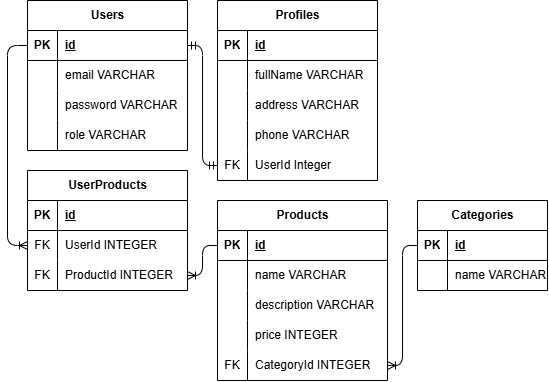
The draw.io diagram erd.drawio.png in iqbalmudzakky/E-Commerce-App-Buyer-Seller-System-, before a commit. Source tidied: cells renumbered, new cells last; positions are measured from the earlier drawing's top-left corner, leaving out a move shared by most shapes.
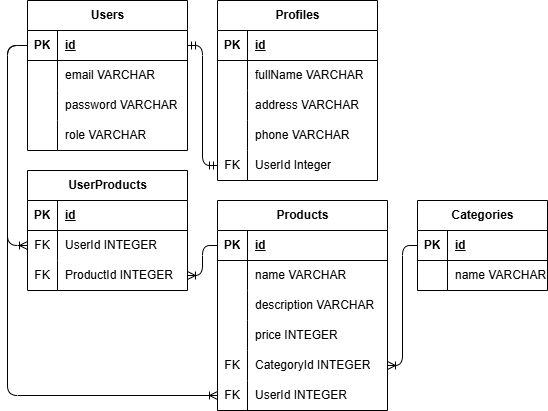
After the commit.

What changed in the source:
```diff
@@ -93,7 +93,7 @@
       <mxGeometry relative="1" as="geometry" />
     </mxCell>
     <mxCell id="32" value="Products" style="shape=table;startSize=30;rowLines=0;fontStyle=1;align=center;html=1;" parent="1" vertex="1">
-      <mxGeometry x="210" y="200" width="170" height="180" as="geometry" />
+      <mxGeometry x="210" y="200" width="170" height="210" as="geometry" />
     </mxCell>
     <mxCell id="33" style="shape=tableRow;horizontal=0;startSize=0;swimlaneHead=0;swimlaneBody=0;fillColor=none;points=[[0,0.5],[1,0.5]];portConstraint=eastwest;top=0;left=0;right=0;bottom=1;" parent="32" vertex="1">
       <mxGeometry y="30" width="170" height="30" as="geometry" />
@@ -140,6 +140,15 @@
     <mxCell id="47" value="CategoryId INTEGER" style="shape=partialRectangle;fillColor=none;top=0;left=0;bottom=0;right=0;align=left;spacingLeft=6;overflow=hidden;whiteSpace=wrap;html=1;" parent="45" vertex="1">
       <mxGeometry x="30" width="140" height="30" as="geometry" />
     </mxCell>
+    <mxCell id="68" style="shape=tableRow;horizontal=0;startSize=0;swimlaneHead=0;swimlaneBody=0;fillColor=none;points=[[0,0.5],[1,0.5]];portConstraint=eastwest;top=0;left=0;right=0;bottom=0;" parent="32" vertex="1">
+      <mxGeometry y="180" width="170" height="30" as="geometry" />
+    </mxCell>
+    <mxCell id="69" value="FK" style="shape=partialRectangle;fillColor=none;top=0;left=0;bottom=0;right=0;overflow=hidden;whiteSpace=wrap;html=1;" parent="68" vertex="1">
+      <mxGeometry width="30" height="30" as="geometry" />
+    </mxCell>
+    <mxCell id="70" value="UserId INTEGER" style="shape=partialRectangle;fillColor=none;top=0;left=0;bottom=0;right=0;align=left;spacingLeft=6;overflow=hidden;whiteSpace=wrap;html=1;" parent="68" vertex="1">
+      <mxGeometry x="30" width="140" height="30" as="geometry" />
+    </mxCell>
     <mxCell id="48" value="UserProducts" style="shape=table;startSize=30;rowLines=0;fontStyle=1;align=center;html=1;" parent="1" vertex="1">
       <mxGeometry x="20" y="170" width="160" height="120" as="geometry" />
     </mxCell>
@@ -205,5 +214,13 @@
     <mxCell id="67" style="edgeStyle=orthogonalEdgeStyle;fontSize=12;html=1;endArrow=ERoneToMany;exitX=0;exitY=0.5;exitDx=0;exitDy=0;entryX=1;entryY=0.5;entryDx=0;entryDy=0;" parent="1" edge="1" source="61" target="45">
       <mxGeometry relative="1" as="geometry" />
     </mxCell>
+    <mxCell id="71" style="edgeStyle=orthogonalEdgeStyle;fontSize=12;html=1;endArrow=ERoneToMany;exitX=0;exitY=0.5;exitDx=0;exitDy=0;entryX=0;entryY=0.5;entryDx=0;entryDy=0;" parent="1" edge="1" source="3" target="68">
+      <mxGeometry relative="1" as="geometry">
+        <Array as="points">
+          <mxPoint y="45" />
+          <mxPoint y="395" />
+        </Array>
+      </mxGeometry>
+    </mxCell>
   </root>
 </mxGraphModel>
```
